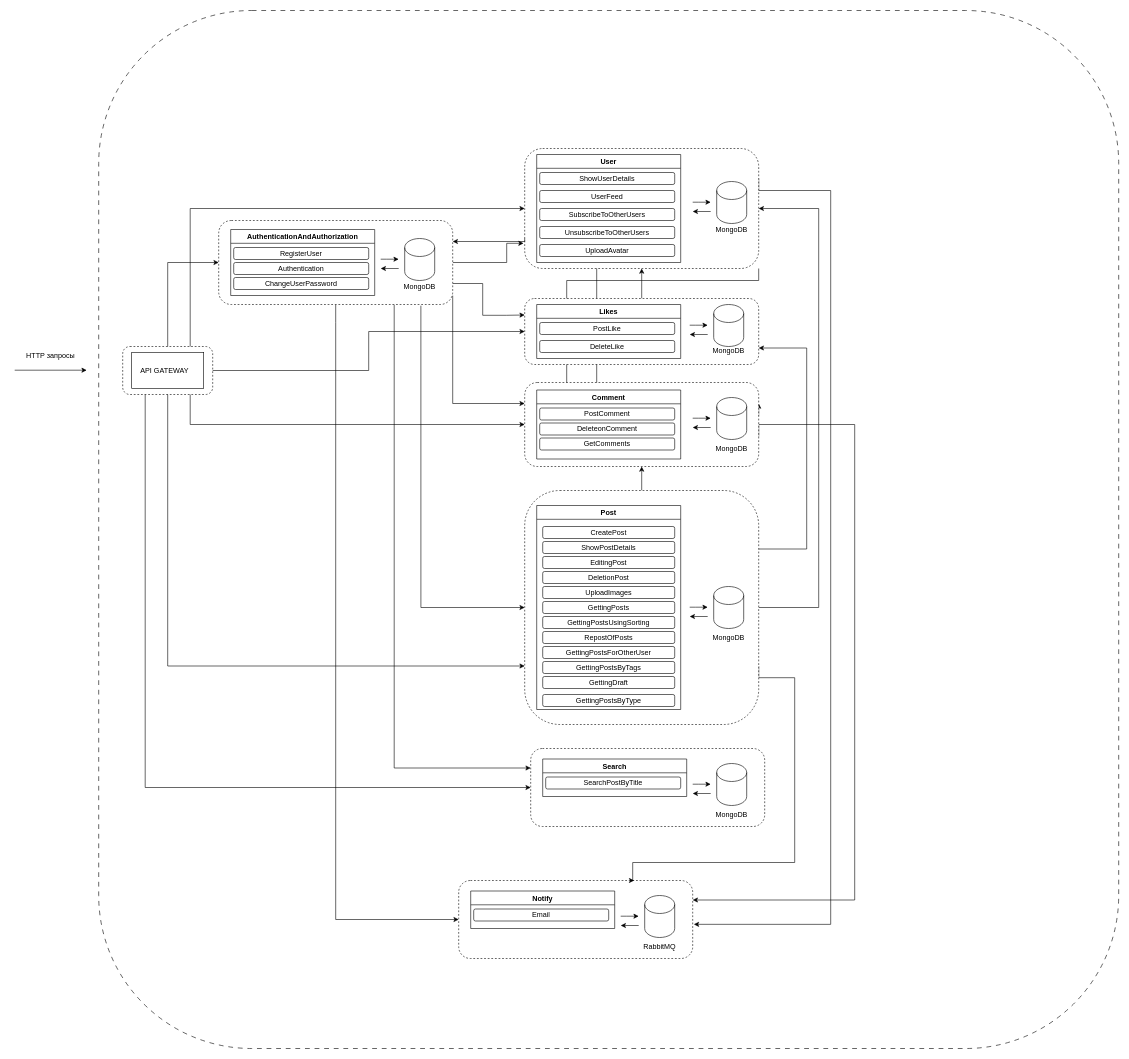
Before: specification — копия.drawio in htmlacademy-nestjs/2033003-readme-4, a draw.io diagram. Source tidied: cells renumbered, new cells numbered last; positions are measured from the earlier drawing's top-left corner, leaving out a move shared by most shapes. Both pictures are drawn from the tidied source at 60%, with x=0, y=0 at pixel (14, 10).
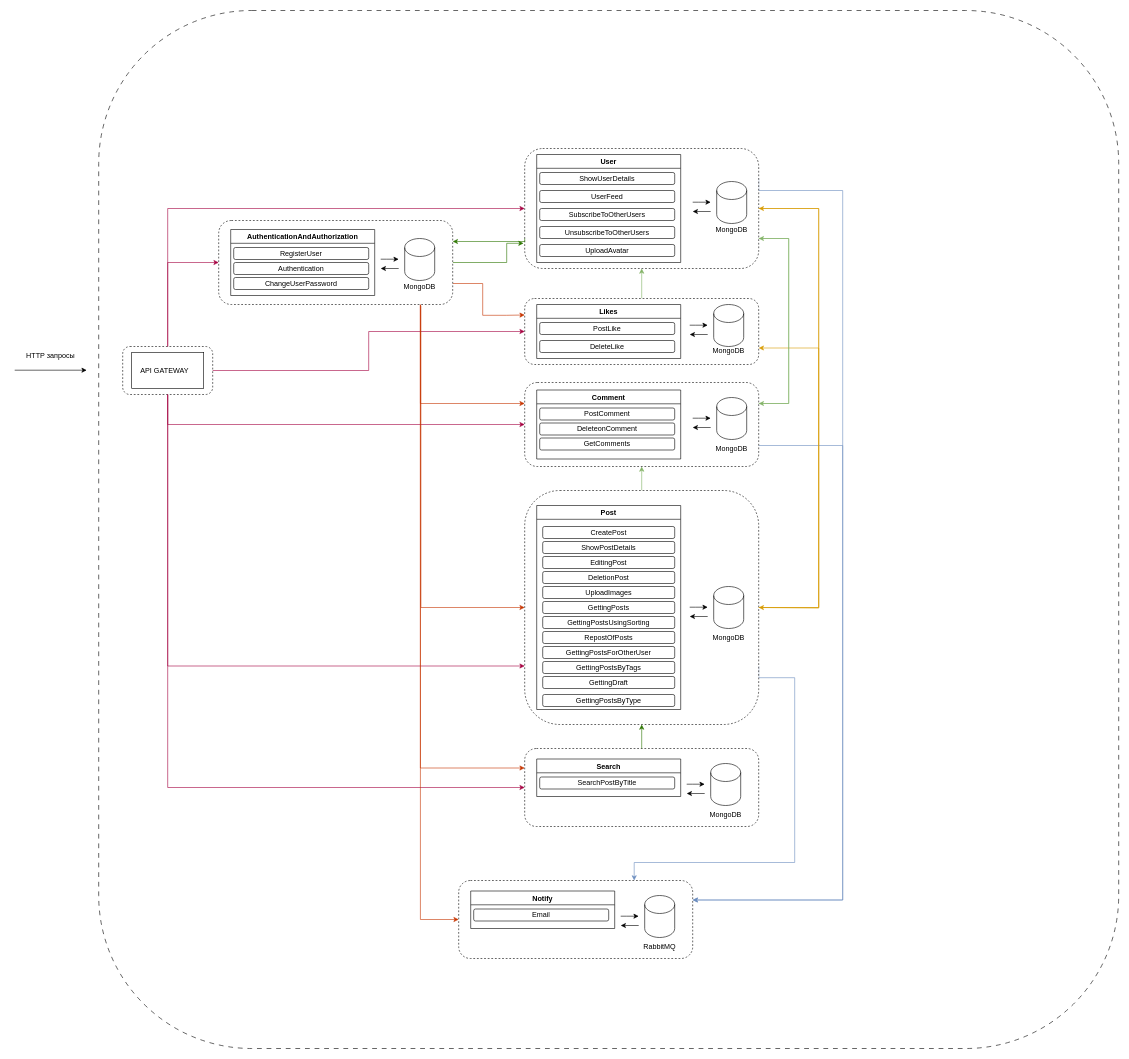
After the change.

Unchanged cells that the change refers to:
```xml
<mxCell id="13" style="rounded=1;whiteSpace=wrap;html=1;dashed=1;" parent="12" vertex="1">
  <mxGeometry width="390" height="130" as="geometry" />
</mxCell>
<mxCell id="22" style="rounded=1;whiteSpace=wrap;html=1;dashed=1;strokeColor=default;" parent="21" vertex="1">
  <mxGeometry width="150" height="80" as="geometry" />
</mxCell>
<mxCell id="32" style="rounded=1;whiteSpace=wrap;html=1;dashed=1;" parent="31" vertex="1">
  <mxGeometry width="390" height="130" as="geometry" />
</mxCell>
<mxCell id="51" style="rounded=1;whiteSpace=wrap;html=1;dashed=1;" parent="50" vertex="1">
  <mxGeometry width="390" height="140" as="geometry" />
</mxCell>
<mxCell id="61" style="rounded=1;whiteSpace=wrap;html=1;dashed=1;" parent="60" vertex="1">
  <mxGeometry x="20" width="390" height="200" as="geometry" />
</mxCell>
<mxCell id="73" style="rounded=1;whiteSpace=wrap;html=1;dashed=1;" parent="72" vertex="1">
  <mxGeometry width="390" height="110" as="geometry" />
</mxCell>
<mxCell id="82" style="rounded=1;whiteSpace=wrap;html=1;dashed=1;" parent="81" vertex="1">
  <mxGeometry width="390" height="140" as="geometry" />
</mxCell>
<mxCell id="93" style="rounded=1;whiteSpace=wrap;html=1;dashed=1;" parent="92" vertex="1">
  <mxGeometry width="390" height="390" as="geometry" />
</mxCell>
```

What changed in the source:
```diff
@@
-    <mxCell id="7" style="edgeStyle=orthogonalEdgeStyle;rounded=0;jettySize=auto;html=1;exitX=0.5;exitY=0;exitDx=0;exitDy=0;entryX=0.5;entryY=1;entryDx=0;entryDy=0;" parent="1" edge="1" source="73" target="61">
+    <mxCell id="7" style="edgeStyle=orthogonalEdgeStyle;rounded=0;jettySize=auto;html=1;exitX=0.5;exitY=0;exitDx=0;exitDy=0;entryX=0.5;entryY=1;entryDx=0;entryDy=0;fillColor=#d5e8d4;strokeColor=#82b366;" parent="1" edge="1" source="73" target="61">
       <mxGeometry relative="1" as="geometry" />
     </mxCell>
-    <mxCell id="8" style="edgeStyle=orthogonalEdgeStyle;rounded=0;jettySize=auto;html=1;exitX=1;exitY=0.5;exitDx=0;exitDy=0;" parent="1" edge="1" source="82">
-      <mxGeometry relative="1" as="geometry">
-        <mxPoint x="880" y="390" as="targetPoint" />
-        <Array as="points">
-          <mxPoint x="970" y="710" />
-          <mxPoint x="970" y="390" />
-        </Array>
-      </mxGeometry>
-    </mxCell>
-    <mxCell id="9" style="edgeStyle=orthogonalEdgeStyle;rounded=0;jettySize=auto;html=1;exitX=1;exitY=0.5;exitDx=0;exitDy=0;entryX=1;entryY=0.5;entryDx=0;entryDy=0;" parent="1" edge="1" source="93" target="61">
-      <mxGeometry relative="1" as="geometry">
-        <Array as="points">
-          <mxPoint x="1340" y="995" />
-          <mxPoint x="1340" y="330" />
-        </Array>
-      </mxGeometry>
-    </mxCell>
-    <mxCell id="10" style="edgeStyle=orthogonalEdgeStyle;rounded=0;jettySize=auto;html=1;exitX=0.5;exitY=0;exitDx=0;exitDy=0;entryX=0.5;entryY=1;entryDx=0;entryDy=0;" parent="1" edge="1" source="93" target="82">
+    <mxCell id="10" style="edgeStyle=orthogonalEdgeStyle;rounded=0;jettySize=auto;html=1;exitX=0.5;exitY=0;exitDx=0;exitDy=0;entryX=0.5;entryY=1;entryDx=0;entryDy=0;fillColor=#d5e8d4;strokeColor=#82b366;" parent="1" edge="1" source="93" target="82">
       <mxGeometry relative="1" as="geometry" />
     </mxCell>
-    <mxCell id="11" style="edgeStyle=orthogonalEdgeStyle;rounded=0;jettySize=auto;html=1;exitX=1;exitY=0.25;exitDx=0;exitDy=0;entryX=1;entryY=0.75;entryDx=0;entryDy=0;" parent="1" edge="1" source="93" target="73">
+    <mxCell id="11" style="edgeStyle=orthogonalEdgeStyle;rounded=0;jettySize=auto;html=1;exitX=1;exitY=0.5;exitDx=0;exitDy=0;entryX=1;entryY=0.75;entryDx=0;entryDy=0;fillColor=#ffe6cc;strokeColor=#d79b00;" parent="1" edge="1" source="93" target="73">
       <mxGeometry relative="1" as="geometry">
         <Array as="points">
-          <mxPoint x="1320" y="898" />
-          <mxPoint x="1320" y="563" />
+          <mxPoint x="1340" y="995" />
+          <mxPoint x="1340" y="562" />
         </Array>
       </mxGeometry>
     </mxCell>
     <mxCell id="12" style="group;" parent="1" vertex="1">
-      <mxGeometry x="860" y="1230" width="390" height="130" as="geometry" />
+      <mxGeometry x="850" y="1230" width="390" height="130" as="geometry" />
     </mxCell>
@@
-    <mxCell id="25" style="edgeStyle=orthogonalEdgeStyle;rounded=0;jettySize=auto;html=1;exitX=0.5;exitY=0;exitDx=0;exitDy=0;entryX=0;entryY=0.5;entryDx=0;entryDy=0;" parent="1" edge="1" source="22" target="51">
+    <mxCell id="25" style="edgeStyle=orthogonalEdgeStyle;rounded=0;jettySize=auto;html=1;exitX=0.5;exitY=0;exitDx=0;exitDy=0;entryX=0;entryY=0.5;entryDx=0;entryDy=0;fillColor=#d80073;strokeColor=#A50040;" parent="1" edge="1" source="22" target="51">
       <mxGeometry relative="1" as="geometry" />
     </mxCell>
-    <mxCell id="26" style="edgeStyle=orthogonalEdgeStyle;rounded=0;jettySize=auto;html=1;exitX=0.75;exitY=0;exitDx=0;exitDy=0;entryX=0;entryY=0.5;entryDx=0;entryDy=0;" parent="1" edge="1" source="22" target="61">
+    <mxCell id="26" style="edgeStyle=orthogonalEdgeStyle;rounded=0;jettySize=auto;html=1;exitX=0.5;exitY=0;exitDx=0;exitDy=0;entryX=0;entryY=0.5;entryDx=0;entryDy=0;fillColor=#d80073;strokeColor=#A50040;" parent="1" edge="1" source="22" target="61">
       <mxGeometry relative="1" as="geometry" />
     </mxCell>
-    <mxCell id="27" style="edgeStyle=orthogonalEdgeStyle;rounded=0;jettySize=auto;html=1;exitX=1;exitY=0.5;exitDx=0;exitDy=0;entryX=0;entryY=0.5;entryDx=0;entryDy=0;" parent="1" edge="1" source="22" target="73">
+    <mxCell id="27" style="edgeStyle=orthogonalEdgeStyle;rounded=0;jettySize=auto;html=1;exitX=1;exitY=0.5;exitDx=0;exitDy=0;entryX=0;entryY=0.5;entryDx=0;entryDy=0;fillColor=#d80073;strokeColor=#A50040;" parent="1" edge="1" source="22" target="73">
       <mxGeometry relative="1" as="geometry" />
     </mxCell>
-    <mxCell id="28" style="edgeStyle=orthogonalEdgeStyle;rounded=0;jettySize=auto;html=1;exitX=0.75;exitY=1;exitDx=0;exitDy=0;entryX=0;entryY=0.5;entryDx=0;entryDy=0;" parent="1" edge="1" source="22" target="82">
+    <mxCell id="28" style="edgeStyle=orthogonalEdgeStyle;rounded=0;jettySize=auto;html=1;exitX=0.5;exitY=1;exitDx=0;exitDy=0;entryX=0;entryY=0.5;entryDx=0;entryDy=0;fillColor=#d80073;strokeColor=#A50040;" parent="1" edge="1" source="22" target="82">
       <mxGeometry relative="1" as="geometry" />
     </mxCell>
-    <mxCell id="29" style="edgeStyle=orthogonalEdgeStyle;rounded=0;jettySize=auto;html=1;exitX=0.5;exitY=1;exitDx=0;exitDy=0;entryX=0;entryY=0.75;entryDx=0;entryDy=0;" parent="1" edge="1" source="22" target="93">
+    <mxCell id="29" style="edgeStyle=orthogonalEdgeStyle;rounded=0;jettySize=auto;html=1;exitX=0.5;exitY=1;exitDx=0;exitDy=0;entryX=0;entryY=0.75;entryDx=0;entryDy=0;fillColor=#d80073;strokeColor=#A50040;" parent="1" edge="1" source="22" target="93">
       <mxGeometry relative="1" as="geometry" />
     </mxCell>
-    <mxCell id="30" style="edgeStyle=orthogonalEdgeStyle;rounded=0;jettySize=auto;html=1;exitX=0.25;exitY=1;exitDx=0;exitDy=0;entryX=0;entryY=0.5;entryDx=0;entryDy=0;" parent="1" edge="1" source="22" target="13">
+    <mxCell id="30" style="edgeStyle=orthogonalEdgeStyle;rounded=0;jettySize=auto;html=1;exitX=0.5;exitY=1;exitDx=0;exitDy=0;entryX=0;entryY=0.5;entryDx=0;entryDy=0;fillColor=#d80073;strokeColor=#A50040;" parent="1" edge="1" source="22" target="13">
       <mxGeometry relative="1" as="geometry" />
     </mxCell>
@@
-    <mxCell id="40" style="edgeStyle=orthogonalEdgeStyle;rounded=0;jettySize=auto;html=1;exitX=1;exitY=0.75;exitDx=0;exitDy=0;entryX=0;entryY=0.25;entryDx=0;entryDy=0;" parent="1" edge="1" source="51" target="73">
+    <mxCell id="40" style="edgeStyle=orthogonalEdgeStyle;rounded=0;jettySize=auto;html=1;exitX=1;exitY=0.75;exitDx=0;exitDy=0;entryX=0;entryY=0.25;entryDx=0;entryDy=0;fillColor=#fa6800;strokeColor=#C73500;" parent="1" edge="1" source="51" target="73">
       <mxGeometry relative="1" as="geometry">
         <Array as="points">
           <mxPoint x="780" y="455" />
           <mxPoint x="780" y="508" />
           <mxPoint x="820" y="508" />
         </Array>
       </mxGeometry>
     </mxCell>
-    <mxCell id="41" style="edgeStyle=orthogonalEdgeStyle;rounded=0;jettySize=auto;html=1;exitX=1;exitY=0.893;exitDx=0;exitDy=0;entryX=0;entryY=0.25;entryDx=0;entryDy=0;exitPerimeter=0;" parent="1" edge="1" source="51" target="82">
+    <mxCell id="41" style="edgeStyle=orthogonalEdgeStyle;rounded=0;jettySize=auto;html=1;exitX=0.862;exitY=0.998;exitDx=0;exitDy=0;entryX=0;entryY=0.25;entryDx=0;entryDy=0;exitPerimeter=0;fillColor=#fa6800;strokeColor=#C73500;" parent="1" edge="1" source="51" target="82">
       <mxGeometry relative="1" as="geometry">
         <Array as="points">
-          <mxPoint x="730" y="655" />
+          <mxPoint x="676" y="655" />
         </Array>
       </mxGeometry>
     </mxCell>
-    <mxCell id="42" style="edgeStyle=orthogonalEdgeStyle;rounded=0;jettySize=auto;html=1;exitX=0.864;exitY=1.014;exitDx=0;exitDy=0;entryX=0;entryY=0.5;entryDx=0;entryDy=0;exitPerimeter=0;" parent="1" edge="1" source="51" target="93">
+    <mxCell id="42" style="edgeStyle=orthogonalEdgeStyle;rounded=0;jettySize=auto;html=1;exitX=0.864;exitY=1.014;exitDx=0;exitDy=0;entryX=0;entryY=0.5;entryDx=0;entryDy=0;exitPerimeter=0;fillColor=#fa6800;strokeColor=#C73500;" parent="1" edge="1" source="51" target="93">
       <mxGeometry relative="1" as="geometry">
         <Array as="points">
           <mxPoint x="677" y="995" />
         </Array>
       </mxGeometry>
     </mxCell>
-    <mxCell id="43" style="edgeStyle=orthogonalEdgeStyle;rounded=0;jettySize=auto;html=1;exitX=0.75;exitY=1;exitDx=0;exitDy=0;entryX=0;entryY=0.25;entryDx=0;entryDy=0;" parent="1" edge="1" source="51" target="13">
+    <mxCell id="43" style="edgeStyle=orthogonalEdgeStyle;rounded=0;jettySize=auto;html=1;exitX=0.862;exitY=0.998;exitDx=0;exitDy=0;entryX=0;entryY=0.25;entryDx=0;entryDy=0;fillColor=#fa6800;strokeColor=#C73500;exitPerimeter=0;" parent="1" edge="1" source="51" target="13">
       <mxGeometry relative="1" as="geometry">
         <Array as="points">
-          <mxPoint x="633" y="1263" />
+          <mxPoint x="676" y="1262" />
         </Array>
       </mxGeometry>
     </mxCell>
-    <mxCell id="44" style="edgeStyle=orthogonalEdgeStyle;rounded=0;jettySize=auto;html=1;exitX=0.5;exitY=1;exitDx=0;exitDy=0;entryX=0;entryY=0.5;entryDx=0;entryDy=0;" parent="1" edge="1" source="51" target="32">
+    <mxCell id="44" style="edgeStyle=orthogonalEdgeStyle;rounded=0;jettySize=auto;html=1;exitX=0.862;exitY=0.998;exitDx=0;exitDy=0;entryX=0;entryY=0.5;entryDx=0;entryDy=0;exitPerimeter=0;fillColor=#fa6800;strokeColor=#C73500;" parent="1" edge="1" source="51" target="32">
       <mxGeometry relative="1" as="geometry">
         <Array as="points">
-          <mxPoint x="535" y="520" />
-          <mxPoint x="535" y="520" />
-          <mxPoint x="535" y="1515" />
+          <mxPoint x="676" y="1515" />
         </Array>
       </mxGeometry>
     </mxCell>
-    <mxCell id="45" style="edgeStyle=orthogonalEdgeStyle;rounded=0;jettySize=auto;html=1;exitX=1;exitY=1;exitDx=0;exitDy=0;entryX=1;entryY=0.25;entryDx=0;entryDy=0;" parent="1" edge="1" source="61" target="82">
-      <mxGeometry relative="1" as="geometry">
-        <Array as="points">
-          <mxPoint x="920" y="450" />
-          <mxPoint x="920" y="675" />
-        </Array>
-      </mxGeometry>
-    </mxCell>
-    <mxCell id="46" style="edgeStyle=orthogonalEdgeStyle;rounded=0;jettySize=auto;html=1;exitX=1;exitY=0.25;exitDx=0;exitDy=0;entryX=1.005;entryY=0.562;entryDx=0;entryDy=0;entryPerimeter=0;" parent="1" edge="1" source="61" target="32">
+    <mxCell id="46" style="edgeStyle=orthogonalEdgeStyle;rounded=0;jettySize=auto;html=1;exitX=1;exitY=0.25;exitDx=0;exitDy=0;entryX=1;entryY=0.25;entryDx=0;entryDy=0;fillColor=#dae8fc;strokeColor=#6c8ebf;" parent="1" edge="1" source="61" target="32">
       <mxGeometry relative="1" as="geometry">
         <Array as="points">
           <mxPoint x="1240" y="300" />
-          <mxPoint x="1360" y="300" />
-          <mxPoint x="1360" y="1523" />
+          <mxPoint x="1380" y="300" />
+          <mxPoint x="1380" y="1483" />
         </Array>
       </mxGeometry>
     </mxCell>
-    <mxCell id="47" style="edgeStyle=orthogonalEdgeStyle;rounded=0;jettySize=auto;html=1;exitX=1;exitY=0.5;exitDx=0;exitDy=0;entryX=1;entryY=0.25;entryDx=0;entryDy=0;" parent="1" edge="1" source="82" target="32">
+    <mxCell id="47" style="edgeStyle=orthogonalEdgeStyle;rounded=0;jettySize=auto;html=1;exitX=1;exitY=0.75;exitDx=0;exitDy=0;entryX=1;entryY=0.25;entryDx=0;entryDy=0;fillColor=#dae8fc;strokeColor=#6c8ebf;" parent="1" edge="1" source="82" target="32">
       <mxGeometry relative="1" as="geometry">
         <Array as="points">
-          <mxPoint x="1400" y="690" />
-          <mxPoint x="1400" y="1483" />
+          <mxPoint x="1380" y="725" />
+          <mxPoint x="1380" y="1483" />
         </Array>
       </mxGeometry>
     </mxCell>
-    <mxCell id="48" style="edgeStyle=orthogonalEdgeStyle;rounded=0;jettySize=auto;html=1;exitX=1;exitY=0.75;exitDx=0;exitDy=0;entryX=0.75;entryY=0;entryDx=0;entryDy=0;" parent="1" edge="1" source="93" target="32">
+    <mxCell id="48" style="edgeStyle=orthogonalEdgeStyle;rounded=0;jettySize=auto;html=1;exitX=1;exitY=0.75;exitDx=0;exitDy=0;entryX=0.75;entryY=0;entryDx=0;entryDy=0;fillColor=#dae8fc;strokeColor=#6c8ebf;" parent="1" edge="1" source="93" target="32">
       <mxGeometry relative="1" as="geometry">
         <Array as="points">
           <mxPoint x="1240" y="1112" />
           <mxPoint x="1300" y="1112" />
           <mxPoint x="1300" y="1420" />
-          <mxPoint x="1030" y="1420" />
-          <mxPoint x="1030" y="1450" />
+          <mxPoint x="1033" y="1420" />
         </Array>
       </mxGeometry>
     </mxCell>
-    <mxCell id="49" style="edgeStyle=orthogonalEdgeStyle;rounded=0;jettySize=auto;html=1;exitX=1;exitY=0.5;exitDx=0;exitDy=0;entryX=-0.005;entryY=0.79;entryDx=0;entryDy=0;entryPerimeter=0;" parent="1" edge="1" source="51" target="61">
+    <mxCell id="49" style="edgeStyle=orthogonalEdgeStyle;rounded=0;jettySize=auto;html=1;exitX=1;exitY=0.5;exitDx=0;exitDy=0;entryX=-0.005;entryY=0.79;entryDx=0;entryDy=0;entryPerimeter=0;fillColor=#60a917;strokeColor=#2D7600;" parent="1" edge="1" source="51" target="61">
       <mxGeometry relative="1" as="geometry">
         <Array as="points">
           <mxPoint x="820" y="420" />
           <mxPoint x="820" y="388" />
         </Array>
       </mxGeometry>
     </mxCell>
@@
-    <mxCell id="111" style="edgeStyle=orthogonalEdgeStyle;rounded=0;jettySize=auto;html=1;exitX=0;exitY=0.75;exitDx=0;exitDy=0;entryX=1;entryY=0.25;entryDx=0;entryDy=0;" parent="1" edge="1" source="61" target="51">
+    <mxCell id="111" style="edgeStyle=orthogonalEdgeStyle;rounded=0;jettySize=auto;html=1;exitX=0;exitY=0.75;exitDx=0;exitDy=0;entryX=1;entryY=0.25;entryDx=0;entryDy=0;fillColor=#60a917;strokeColor=#2D7600;" parent="1" edge="1" source="61" target="51">
       <mxGeometry relative="1" as="geometry">
         <Array as="points">
           <mxPoint x="850" y="385" />
         </Array>
       </mxGeometry>
     </mxCell>
+    <mxCell id="112" style="edgeStyle=orthogonalEdgeStyle;rounded=0;jettySize=auto;html=1;exitX=1;exitY=0.5;exitDx=0;exitDy=0;entryX=1;entryY=0.5;entryDx=0;entryDy=0;fillColor=#ffe6cc;strokeColor=#d79b00;" parent="1" edge="1" source="61" target="93">
+      <mxGeometry relative="1" as="geometry">
+        <Array as="points">
+          <mxPoint x="1340" y="330" />
+          <mxPoint x="1340" y="996" />
+        </Array>
+      </mxGeometry>
+    </mxCell>
+    <mxCell id="45" style="edgeStyle=orthogonalEdgeStyle;rounded=0;jettySize=auto;html=1;exitX=1;exitY=0.75;exitDx=0;exitDy=0;entryX=1;entryY=0.25;entryDx=0;entryDy=0;fillColor=#d5e8d4;strokeColor=#82b366;" parent="1" edge="1" source="61" target="82">
+      <mxGeometry relative="1" as="geometry">
+        <Array as="points">
+          <mxPoint x="1290" y="380" />
+          <mxPoint x="1290" y="655" />
+        </Array>
+      </mxGeometry>
+    </mxCell>
+    <mxCell id="9" style="edgeStyle=orthogonalEdgeStyle;rounded=0;jettySize=auto;html=1;exitX=1;exitY=0.5;exitDx=0;exitDy=0;entryX=1;entryY=0.5;entryDx=0;entryDy=0;fillColor=#ffe6cc;strokeColor=#d79b00;" parent="1" edge="1" source="93" target="61">
+      <mxGeometry relative="1" as="geometry">
+        <Array as="points">
+          <mxPoint x="1340" y="995" />
+          <mxPoint x="1340" y="330" />
+        </Array>
+      </mxGeometry>
+    </mxCell>
+    <mxCell id="113" style="edgeStyle=orthogonalEdgeStyle;rounded=0;jettySize=auto;html=1;exitX=1;exitY=0.25;exitDx=0;exitDy=0;entryX=1;entryY=0.75;entryDx=0;entryDy=0;fillColor=#d5e8d4;strokeColor=#82b366;" parent="1" edge="1" source="82" target="61">
+      <mxGeometry relative="1" as="geometry">
+        <Array as="points">
+          <mxPoint x="1290" y="655" />
+          <mxPoint x="1290" y="380" />
+        </Array>
+      </mxGeometry>
+    </mxCell>
+    <mxCell id="114" style="edgeStyle=orthogonalEdgeStyle;rounded=0;jettySize=auto;html=1;exitX=0.5;exitY=0;exitDx=0;exitDy=0;entryX=0.5;entryY=1;entryDx=0;entryDy=0;fillColor=#60a917;strokeColor=#2D7600;" parent="1" edge="1" source="13" target="93">
+      <mxGeometry relative="1" as="geometry" />
+    </mxCell>
```
